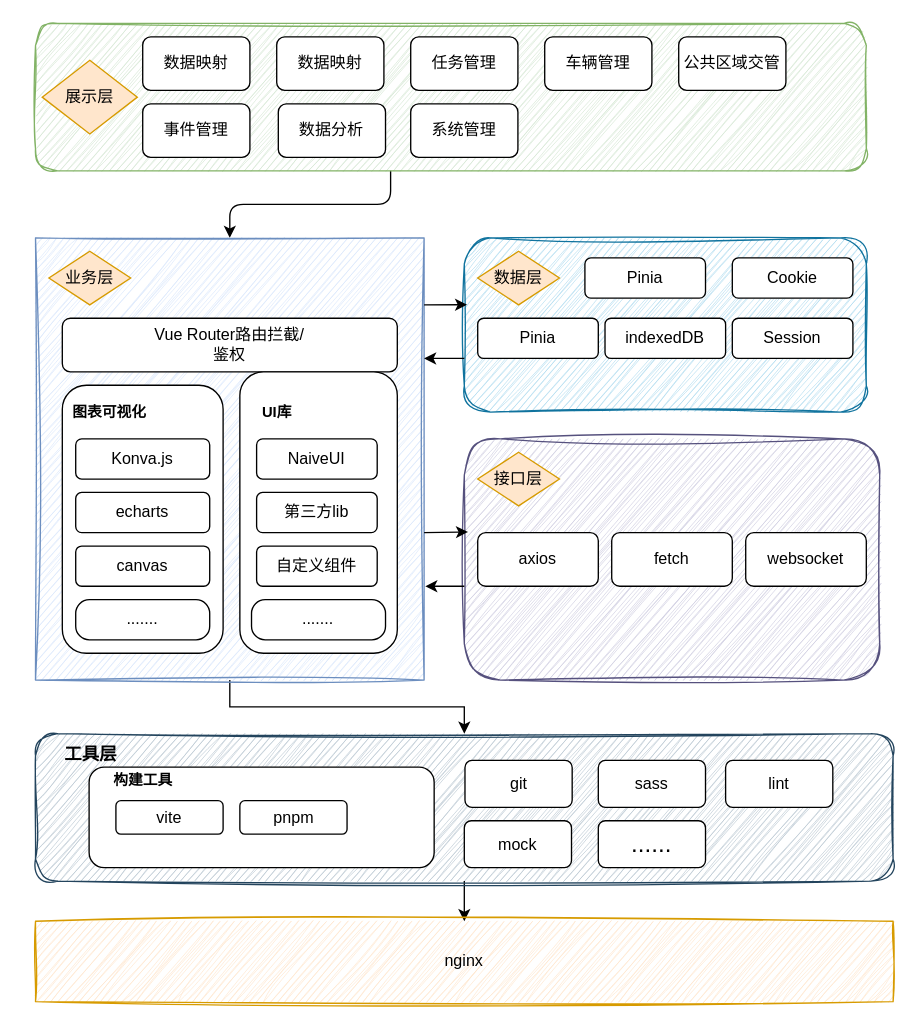
Above: diagrams/PCS系统架构.drawio in simon-sua/diagram_charts (draw.io), before the change. Source tidied: cells renumbered, new cells numbered last; positions are measured from the earlier drawing's top-left corner, leaving out a move shared by most shapes. Both pictures are drawn from the tidied source at 134%, with x=0, y=0 at pixel (21, 23).
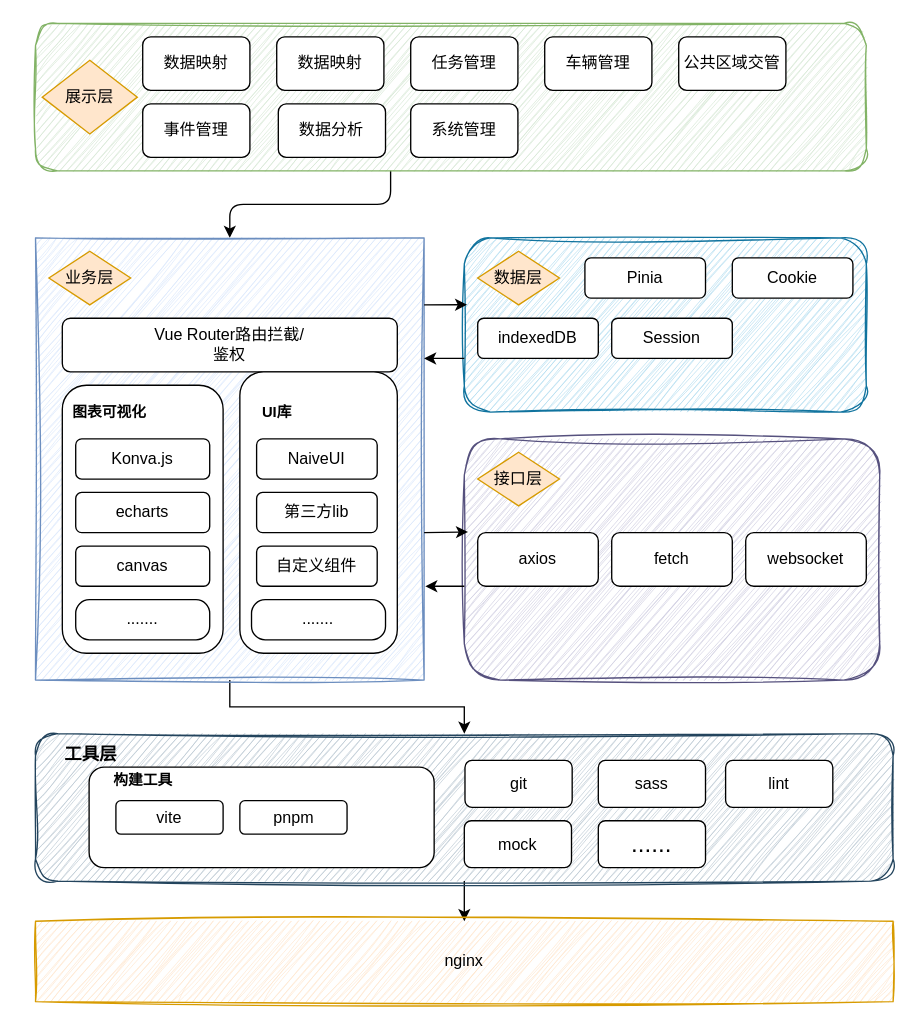
The same diagram, later.

Commit message:
更新PCS系统架构.drawio

Diff of the diagram source:
```diff
@@
     <mxCell id="33" value="indexedDB" style="rounded=1;whiteSpace=wrap;html=1;" parent="1" vertex="1">
-      <mxGeometry x="435" y="220" width="90" height="30" as="geometry" />
+      <mxGeometry x="340" y="220" width="90" height="30" as="geometry" />
     </mxCell>
-    <mxCell id="34" value="Pinia" style="rounded=1;whiteSpace=wrap;html=1;" parent="1" vertex="1">
-      <mxGeometry x="340" y="220" width="90" height="30" as="geometry" />
-    </mxCell>
     <mxCell id="35" value="Session" style="rounded=1;whiteSpace=wrap;html=1;" parent="1" vertex="1">
-      <mxGeometry x="530" y="220" width="90" height="30" as="geometry" />
+      <mxGeometry x="440" y="220" width="90" height="30" as="geometry" />
     </mxCell>
```
